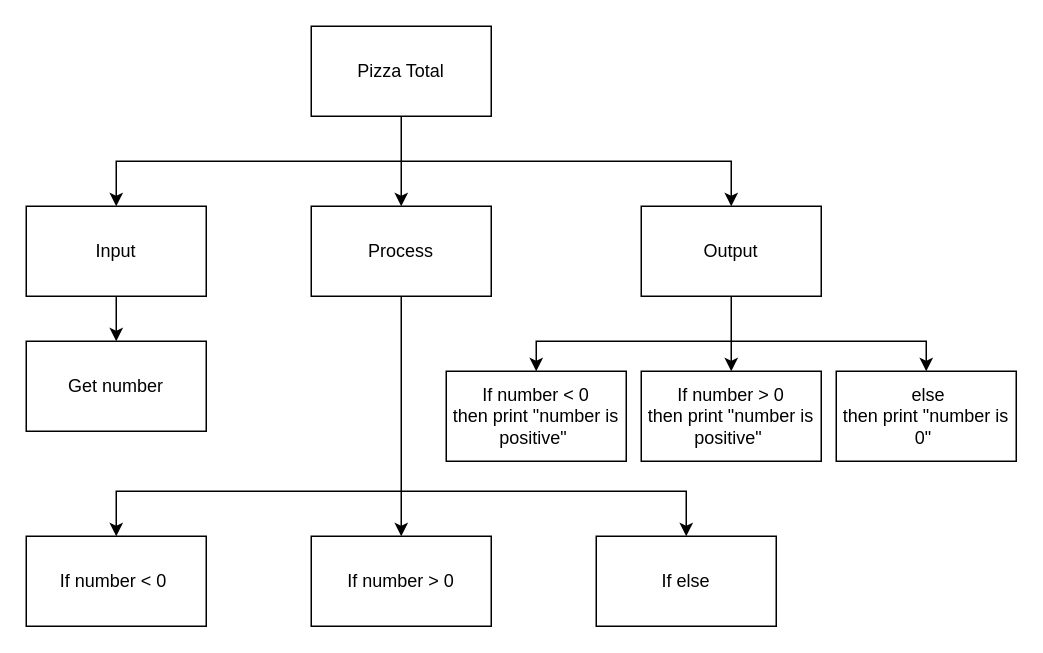
Above: topdown.drawio in Peter-Gemmell/ICS3U-Unit3-04-Python (draw.io), before the change. Source tidied: cells renumbered, new cells numbered last; positions are measured from the earlier drawing's top-left corner, leaving out a move shared by most shapes. Both pictures are drawn from the tidied source at 150%, with x=0, y=0 at pixel (26, 26).
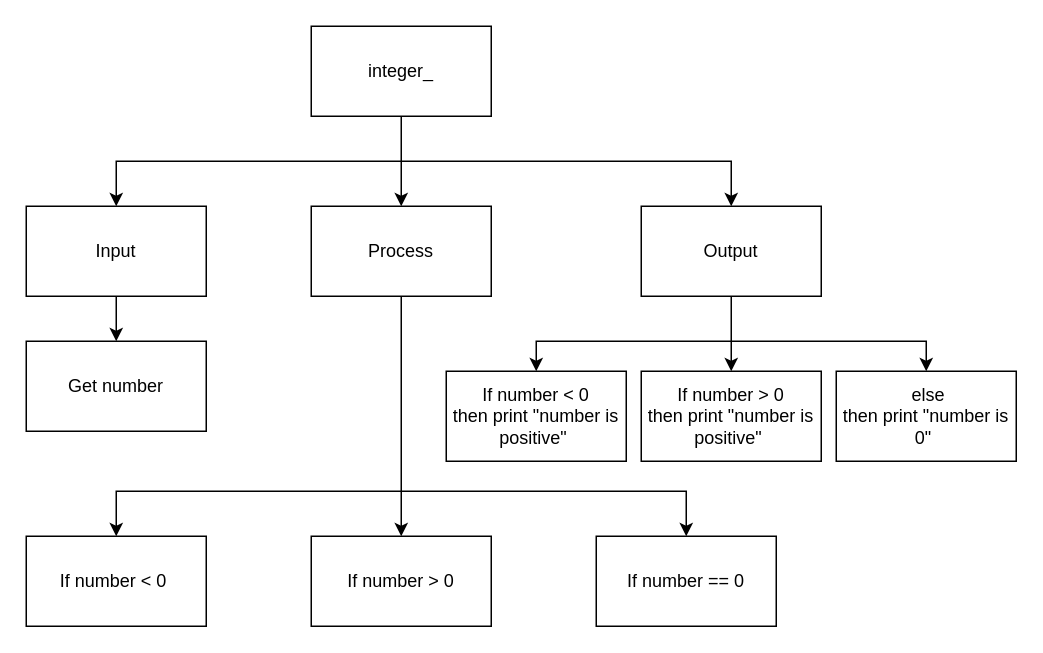
After the change.

Change to the diagram source:
```diff
@@
-    <mxCell id="5" value="Pizza Total" style="rounded=0;whiteSpace=wrap;html=1;" parent="1" vertex="1">
+    <mxCell id="5" value="integer_" style="rounded=0;whiteSpace=wrap;html=1;" parent="1" vertex="1">
       <mxGeometry x="190" width="120" height="60" as="geometry" />
     </mxCell>
@@
-    <mxCell id="20" value="If else" style="rounded=0;whiteSpace=wrap;html=1;" parent="1" vertex="1">
+    <mxCell id="20" value="If number == 0" style="rounded=0;whiteSpace=wrap;html=1;" parent="1" vertex="1">
       <mxGeometry x="380" y="340" width="120" height="60" as="geometry" />
     </mxCell>
```
